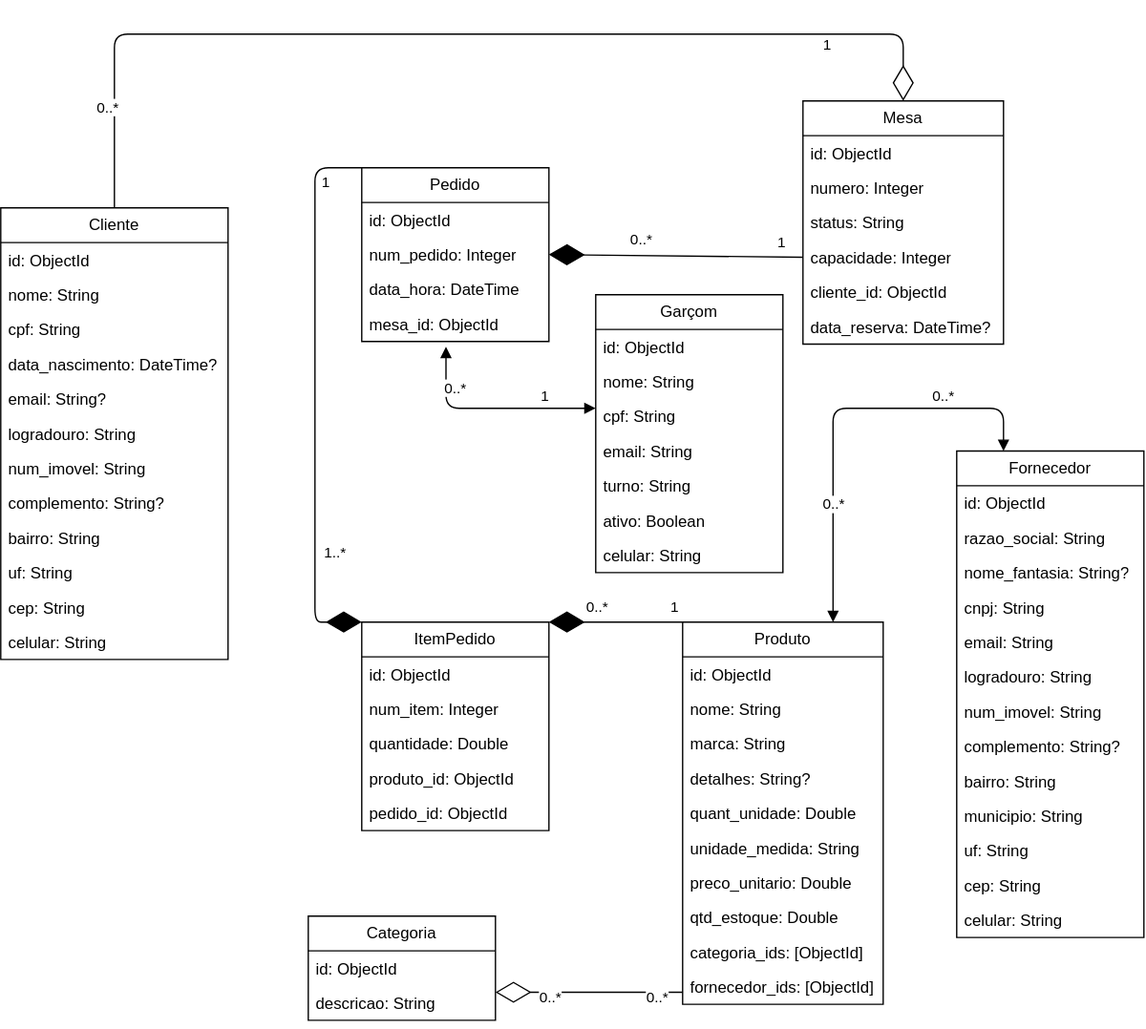
The draw.io diagram docs/NoAM.svg in FatecFranca/DSM-P3-G03-2025-2, before a commit. Source tidied: cells renumbered, new cells last; positions are measured from the earlier drawing's top-left corner, leaving out a move shared by most shapes.
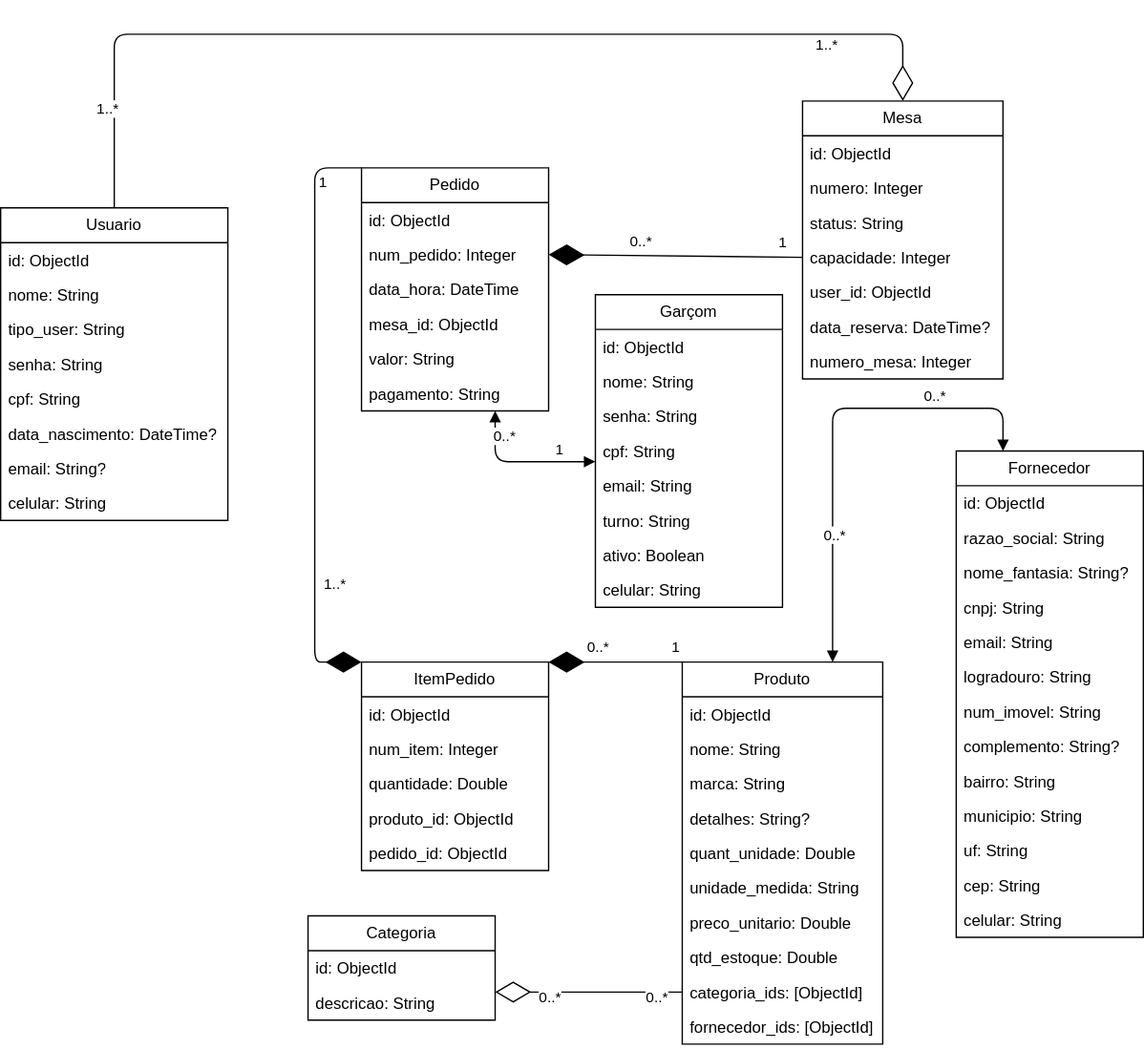
After the commit.

The edit, as a diff of the source:
```diff
@@ -2,8 +2,8 @@
   <root>
     <mxCell id="0" />
     <mxCell id="1" parent="0" />
-    <mxCell id="2" value="Cliente" style="swimlane;fontStyle=0;horizontal=1;startSize=26;fillColor=none;whiteSpace=wrap;html=1;" parent="1" vertex="1">
-      <mxGeometry y="130" width="170" height="338" as="geometry" />
+    <mxCell id="2" value="Usuario" style="swimlane;fontStyle=0;horizontal=1;startSize=26;fillColor=none;whiteSpace=wrap;html=1;" parent="1" vertex="1">
+      <mxGeometry y="130" width="170" height="234" as="geometry" />
     </mxCell>
     <mxCell id="3" value="id: ObjectId" style="text;strokeColor=none;fillColor=none;align=left;verticalAlign=top;spacingLeft=4;spacingRight=4;overflow=hidden;whiteSpace=wrap;html=1;" parent="2" vertex="1">
       <mxGeometry y="26" width="170" height="26" as="geometry" />
@@ -11,38 +11,26 @@
     <mxCell id="4" value="nome: String" style="text;strokeColor=none;fillColor=none;align=left;verticalAlign=top;spacingLeft=4;spacingRight=4;overflow=hidden;whiteSpace=wrap;html=1;" parent="2" vertex="1">
       <mxGeometry y="52" width="170" height="26" as="geometry" />
     </mxCell>
+    <mxCell id="90" value="tipo_user: String" style="text;strokeColor=none;fillColor=none;align=left;verticalAlign=top;spacingLeft=4;spacingRight=4;overflow=hidden;whiteSpace=wrap;html=1;" parent="2" vertex="1">
+      <mxGeometry y="78" width="170" height="26" as="geometry" />
+    </mxCell>
+    <mxCell id="91" value="senha: String" style="text;strokeColor=none;fillColor=none;align=left;verticalAlign=top;spacingLeft=4;spacingRight=4;overflow=hidden;whiteSpace=wrap;html=1;" parent="2" vertex="1">
+      <mxGeometry y="104" width="170" height="26" as="geometry" />
+    </mxCell>
     <mxCell id="5" value="cpf: String" style="text;strokeColor=none;fillColor=none;align=left;verticalAlign=top;spacingLeft=4;spacingRight=4;overflow=hidden;whiteSpace=wrap;html=1;" parent="2" vertex="1">
-      <mxGeometry y="78" width="170" height="26" as="geometry" />
+      <mxGeometry y="130" width="170" height="26" as="geometry" />
     </mxCell>
     <mxCell id="6" value="data_nascimento: DateTime?" style="text;strokeColor=none;fillColor=none;align=left;verticalAlign=top;spacingLeft=4;spacingRight=4;overflow=hidden;whiteSpace=wrap;html=1;" parent="2" vertex="1">
-      <mxGeometry y="104" width="170" height="26" as="geometry" />
+      <mxGeometry y="156" width="170" height="26" as="geometry" />
     </mxCell>
     <mxCell id="7" value="email: String?" style="text;strokeColor=none;fillColor=none;align=left;verticalAlign=top;spacingLeft=4;spacingRight=4;overflow=hidden;whiteSpace=wrap;html=1;" parent="2" vertex="1">
-      <mxGeometry y="130" width="170" height="26" as="geometry" />
+      <mxGeometry y="182" width="170" height="26" as="geometry" />
     </mxCell>
-    <mxCell id="8" value="logradouro: String" style="text;strokeColor=none;fillColor=none;align=left;verticalAlign=top;spacingLeft=4;spacingRight=4;overflow=hidden;whiteSpace=wrap;html=1;" parent="2" vertex="1">
-      <mxGeometry y="156" width="170" height="26" as="geometry" />
-    </mxCell>
-    <mxCell id="9" value="num_imovel: String" style="text;strokeColor=none;fillColor=none;align=left;verticalAlign=top;spacingLeft=4;spacingRight=4;overflow=hidden;whiteSpace=wrap;html=1;" parent="2" vertex="1">
-      <mxGeometry y="182" width="170" height="26" as="geometry" />
-    </mxCell>
-    <mxCell id="10" value="complemento: String?" style="text;strokeColor=none;fillColor=none;align=left;verticalAlign=top;spacingLeft=4;spacingRight=4;overflow=hidden;whiteSpace=wrap;html=1;" parent="2" vertex="1">
-      <mxGeometry y="208" width="170" height="26" as="geometry" />
-    </mxCell>
-    <mxCell id="11" value="bairro: String" style="text;strokeColor=none;fillColor=none;align=left;verticalAlign=top;spacingLeft=4;spacingRight=4;overflow=hidden;whiteSpace=wrap;html=1;" parent="2" vertex="1">
-      <mxGeometry y="234" width="170" height="26" as="geometry" />
-    </mxCell>
-    <mxCell id="12" value="uf: String" style="text;strokeColor=none;fillColor=none;align=left;verticalAlign=top;spacingLeft=4;spacingRight=4;overflow=hidden;whiteSpace=wrap;html=1;" parent="2" vertex="1">
-      <mxGeometry y="260" width="170" height="26" as="geometry" />
-    </mxCell>
-    <mxCell id="13" value="cep: String" style="text;strokeColor=none;fillColor=none;align=left;verticalAlign=top;spacingLeft=4;spacingRight=4;overflow=hidden;whiteSpace=wrap;html=1;" parent="2" vertex="1">
-      <mxGeometry y="286" width="170" height="26" as="geometry" />
-    </mxCell>
     <mxCell id="14" value="celular: String" style="text;strokeColor=none;fillColor=none;align=left;verticalAlign=top;spacingLeft=4;spacingRight=4;overflow=hidden;whiteSpace=wrap;html=1;" parent="2" vertex="1">
-      <mxGeometry y="312" width="170" height="26" as="geometry" />
+      <mxGeometry y="208" width="170" height="26" as="geometry" />
     </mxCell>
     <mxCell id="15" value="Pedido" style="swimlane;fontStyle=0;horizontal=1;startSize=26;fillColor=none;whiteSpace=wrap;html=1;" parent="1" vertex="1">
-      <mxGeometry x="270" y="100" width="140" height="130" as="geometry" />
+      <mxGeometry x="270" y="100" width="140" height="182" as="geometry" />
     </mxCell>
     <mxCell id="16" value="id: ObjectId" style="text;strokeColor=none;fillColor=none;align=left;verticalAlign=top;spacingLeft=4;spacingRight=4;overflow=hidden;whiteSpace=wrap;html=1;" parent="15" vertex="1">
       <mxGeometry y="26" width="140" height="26" as="geometry" />
@@ -56,8 +44,14 @@
     <mxCell id="19" value="mesa_id: ObjectId" style="text;strokeColor=none;fillColor=none;align=left;verticalAlign=top;spacingLeft=4;spacingRight=4;overflow=hidden;points=[[0,0.5],[1,0.5]];portConstraint=eastwest;whiteSpace=wrap;html=1;" parent="15" vertex="1">
       <mxGeometry y="104" width="140" height="26" as="geometry" />
     </mxCell>
+    <mxCell id="92" value="valor: String" style="text;strokeColor=none;fillColor=none;align=left;verticalAlign=top;spacingLeft=4;spacingRight=4;overflow=hidden;whiteSpace=wrap;html=1;" parent="15" vertex="1">
+      <mxGeometry y="130" width="140" height="26" as="geometry" />
+    </mxCell>
+    <mxCell id="93" value="pagamento: String" style="text;strokeColor=none;fillColor=none;align=left;verticalAlign=top;spacingLeft=4;spacingRight=4;overflow=hidden;whiteSpace=wrap;html=1;" parent="15" vertex="1">
+      <mxGeometry y="156" width="140" height="26" as="geometry" />
+    </mxCell>
     <mxCell id="20" value="ItemPedido" style="swimlane;fontStyle=0;horizontal=1;startSize=26;fillColor=none;whiteSpace=wrap;html=1;" parent="1" vertex="1">
-      <mxGeometry x="270" y="440" width="140" height="156" as="geometry" />
+      <mxGeometry x="270" y="470" width="140" height="156" as="geometry" />
     </mxCell>
     <mxCell id="21" value="id: ObjectId" style="text;strokeColor=none;fillColor=none;align=left;verticalAlign=top;spacingLeft=4;spacingRight=4;overflow=hidden;whiteSpace=wrap;html=1;" parent="20" vertex="1">
       <mxGeometry y="26" width="140" height="26" as="geometry" />
@@ -92,7 +86,7 @@
       </mxGeometry>
     </mxCell>
     <mxCell id="29" value="Produto" style="swimlane;fontStyle=0;horizontal=1;startSize=26;fillColor=none;whiteSpace=wrap;html=1;" parent="1" vertex="1">
-      <mxGeometry x="510" y="440" width="150" height="286" as="geometry" />
+      <mxGeometry x="510" y="470" width="150" height="286" as="geometry" />
     </mxCell>
     <mxCell id="30" value="id: ObjectId" style="text;strokeColor=none;fillColor=none;align=left;verticalAlign=top;spacingLeft=4;spacingRight=4;overflow=hidden;whiteSpace=wrap;html=1;" parent="29" vertex="1">
       <mxGeometry y="26" width="150" height="26" as="geometry" />
@@ -197,7 +191,7 @@
       </mxGeometry>
     </mxCell>
     <mxCell id="60" value="Mesa" style="swimlane;fontStyle=0;horizontal=1;startSize=26;fillColor=none;whiteSpace=wrap;html=1;" parent="1" vertex="1">
-      <mxGeometry x="600" y="50" width="150" height="182" as="geometry" />
+      <mxGeometry x="600" y="50" width="150" height="208" as="geometry" />
     </mxCell>
     <mxCell id="61" value="id: ObjectId" style="text;strokeColor=none;fillColor=none;align=left;verticalAlign=top;spacingLeft=4;spacingRight=4;overflow=hidden;whiteSpace=wrap;html=1;" parent="60" vertex="1">
       <mxGeometry y="26" width="150" height="26" as="geometry" />
@@ -211,12 +205,15 @@
     <mxCell id="64" value="capacidade: Integer" style="text;strokeColor=none;fillColor=none;align=left;verticalAlign=top;spacingLeft=4;spacingRight=4;overflow=hidden;points=[[0,0.5],[1,0.5]];portConstraint=eastwest;whiteSpace=wrap;html=1;" parent="60" vertex="1">
       <mxGeometry y="104" width="150" height="26" as="geometry" />
     </mxCell>
-    <mxCell id="65" value="cliente_id: ObjectId" style="text;strokeColor=none;fillColor=none;align=left;verticalAlign=top;spacingLeft=4;spacingRight=4;overflow=hidden;whiteSpace=wrap;html=1;" parent="60" vertex="1">
+    <mxCell id="65" value="user_id: ObjectId" style="text;strokeColor=none;fillColor=none;align=left;verticalAlign=top;spacingLeft=4;spacingRight=4;overflow=hidden;whiteSpace=wrap;html=1;" parent="60" vertex="1">
       <mxGeometry y="130" width="150" height="26" as="geometry" />
     </mxCell>
     <mxCell id="66" value="data_reserva: DateTime?" style="text;strokeColor=none;fillColor=none;align=left;verticalAlign=top;spacingLeft=4;spacingRight=4;overflow=hidden;whiteSpace=wrap;html=1;" parent="60" vertex="1">
       <mxGeometry y="156" width="150" height="26" as="geometry" />
     </mxCell>
+    <mxCell id="94" value="numero_mesa: Integer" style="text;strokeColor=none;fillColor=none;align=left;verticalAlign=top;spacingLeft=4;spacingRight=4;overflow=hidden;whiteSpace=wrap;html=1;" parent="60" vertex="1">
+      <mxGeometry y="182" width="150" height="26" as="geometry" />
+    </mxCell>
     <mxCell id="67" style="endArrow=diamondThin;endFill=1;endSize=24;html=1;entryX=1;entryY=0.5;entryDx=0;entryDy=0;exitX=0;exitY=0.5;exitDx=0;exitDy=0;" parent="1" edge="1" source="64" target="17">
       <mxGeometry relative="1" as="geometry" />
     </mxCell>
@@ -231,33 +228,36 @@
       </mxGeometry>
     </mxCell>
     <mxCell id="70" value="Garçom" style="swimlane;fontStyle=0;horizontal=1;startSize=26;fillColor=none;whiteSpace=wrap;html=1;" parent="1" vertex="1">
-      <mxGeometry x="445" y="195" width="140" height="208" as="geometry" />
+      <mxGeometry x="445" y="195" width="140" height="234" as="geometry" />
     </mxCell>
     <mxCell id="71" value="id: ObjectId" style="text;strokeColor=none;fillColor=none;align=left;verticalAlign=top;spacingLeft=4;spacingRight=4;overflow=hidden;whiteSpace=wrap;html=1;" parent="70" vertex="1">
       <mxGeometry y="26" width="140" height="26" as="geometry" />
     </mxCell>
-    <mxCell id="72" value="nome: String" style="text;strokeColor=none;fillColor=none;align=left;verticalAlign=top;spacingLeft=4;spacingRight=4;overflow=hidden;whiteSpace=wrap;html=1;" parent="70" vertex="1">
+    <mxCell id="72" value="nome: String&lt;div&gt;&lt;br&gt;&lt;/div&gt;" style="text;strokeColor=none;fillColor=none;align=left;verticalAlign=top;spacingLeft=4;spacingRight=4;overflow=hidden;whiteSpace=wrap;html=1;" parent="70" vertex="1">
       <mxGeometry y="52" width="140" height="26" as="geometry" />
     </mxCell>
+    <mxCell id="95" value="senha: String" style="text;strokeColor=none;fillColor=none;align=left;verticalAlign=top;spacingLeft=4;spacingRight=4;overflow=hidden;whiteSpace=wrap;html=1;" parent="70" vertex="1">
+      <mxGeometry y="78" width="140" height="26" as="geometry" />
+    </mxCell>
     <mxCell id="73" value="cpf: String" style="text;strokeColor=none;fillColor=none;align=left;verticalAlign=top;spacingLeft=4;spacingRight=4;overflow=hidden;whiteSpace=wrap;html=1;" parent="70" vertex="1">
-      <mxGeometry y="78" width="140" height="26" as="geometry" />
+      <mxGeometry y="104" width="140" height="26" as="geometry" />
     </mxCell>
     <mxCell id="74" value="email: String" style="text;strokeColor=none;fillColor=none;align=left;verticalAlign=top;spacingLeft=4;spacingRight=4;overflow=hidden;whiteSpace=wrap;html=1;" parent="70" vertex="1">
-      <mxGeometry y="104" width="140" height="26" as="geometry" />
+      <mxGeometry y="130" width="140" height="26" as="geometry" />
     </mxCell>
     <mxCell id="75" value="turno: String" style="text;strokeColor=none;fillColor=none;align=left;verticalAlign=top;spacingLeft=4;spacingRight=4;overflow=hidden;whiteSpace=wrap;html=1;" parent="70" vertex="1">
-      <mxGeometry y="130" width="140" height="26" as="geometry" />
+      <mxGeometry y="156" width="140" height="26" as="geometry" />
     </mxCell>
     <mxCell id="76" value="ativo: Boolean" style="text;strokeColor=none;fillColor=none;align=left;verticalAlign=top;spacingLeft=4;spacingRight=4;overflow=hidden;whiteSpace=wrap;html=1;" parent="70" vertex="1">
-      <mxGeometry y="156" width="140" height="26" as="geometry" />
+      <mxGeometry y="182" width="140" height="26" as="geometry" />
     </mxCell>
     <mxCell id="77" value="celular: String" style="text;strokeColor=none;fillColor=none;align=left;verticalAlign=top;spacingLeft=4;spacingRight=4;overflow=hidden;whiteSpace=wrap;html=1;" parent="70" vertex="1">
-      <mxGeometry y="182" width="140" height="26" as="geometry" />
+      <mxGeometry y="208" width="140" height="26" as="geometry" />
     </mxCell>
-    <mxCell id="78" style="endArrow=block;startArrow=block;endFill=1;startFill=1;html=1;entryX=0.45;entryY=1.154;entryDx=0;entryDy=0;edgeStyle=elbowEdgeStyle;elbow=vertical;entryPerimeter=0;" parent="1" edge="1" source="70" target="19">
+    <mxCell id="78" style="endArrow=block;startArrow=block;endFill=1;startFill=1;html=1;edgeStyle=elbowEdgeStyle;elbow=vertical;" parent="1" edge="1" source="70" target="15">
       <mxGeometry relative="1" as="geometry">
         <Array as="points">
-          <mxPoint x="390" y="280" />
+          <mxPoint x="370" y="320" />
         </Array>
       </mxGeometry>
     </mxCell>
@@ -304,12 +304,12 @@
         </Array>
       </mxGeometry>
     </mxCell>
-    <mxCell id="88" value="0..*" style="edgeLabel;html=1;align=center;verticalAlign=middle;" parent="87" vertex="1">
+    <mxCell id="88" value="1..*" style="edgeLabel;html=1;align=center;verticalAlign=middle;" parent="87" vertex="1">
       <mxGeometry x="-0.8" relative="1" as="geometry">
         <mxPoint x="-6" y="3" as="offset" />
       </mxGeometry>
     </mxCell>
-    <mxCell id="89" value="1" style="edgeLabel;html=1;align=center;verticalAlign=middle;" parent="87" vertex="1">
+    <mxCell id="89" value="1..*" style="edgeLabel;html=1;align=center;verticalAlign=middle;" parent="87" vertex="1">
       <mxGeometry x="0.71" y="-2" relative="1" as="geometry">
         <mxPoint x="2" y="5" as="offset" />
       </mxGeometry>
```
